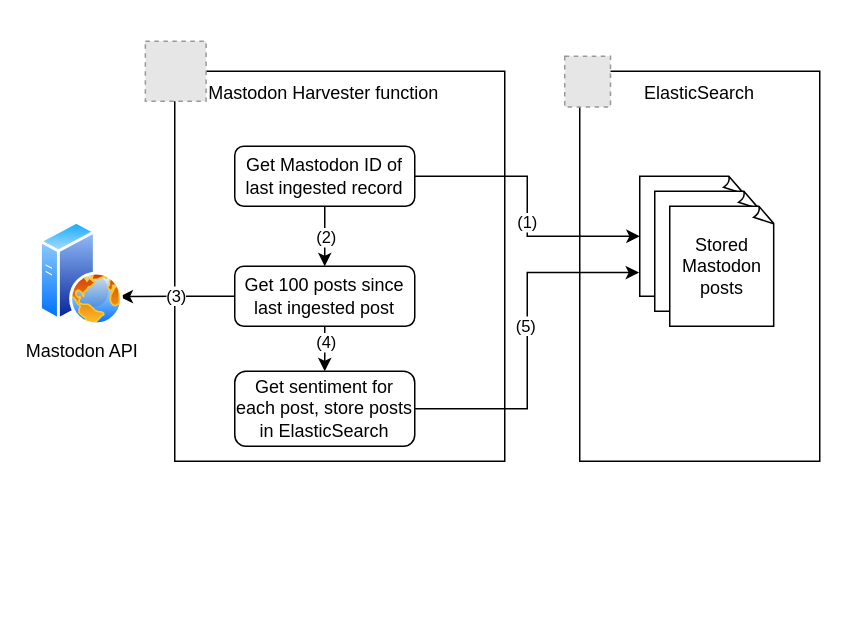
Earlier version of the draw.io diagram docs/MastodonHarvester.drawio (Rafsan7238/Analysing-Air-Quality-and-Lung-Disorder-in-Australia). Source tidied: cells renumbered, new cells numbered last; positions are measured from the earlier drawing's top-left corner, leaving out a move shared by most shapes. Both pictures are drawn from the tidied source at 150%, with x=0, y=0 at pixel (39, 26). Pictures stored in the file or linked from it are replaced by grey dashed boxes.
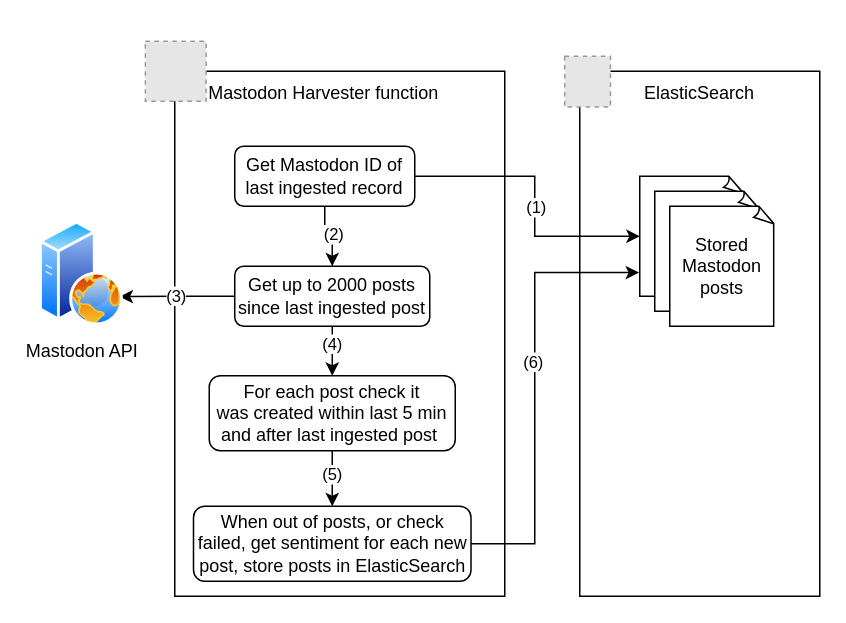
Above is the later version.

Unchanged cells that the change refers to:
```xml
<mxCell id="12" value="Get Mastodon ID of last ingested record" style="rounded=1;whiteSpace=wrap;html=1;" parent="1" vertex="1">
  <mxGeometry x="130" y="80" width="120" height="40" as="geometry" />
</mxCell>
<mxCell id="16" style="whiteSpace=wrap;html=1;shape=mxgraph.basic.document;" parent="15" vertex="1">
  <mxGeometry width="70" height="80" as="geometry" />
</mxCell>
```

The edit, as a diff of the source:
```diff
@@
     <mxCell id="2" style="rounded=0;whiteSpace=wrap;html=1;" parent="1" vertex="1">
-      <mxGeometry x="360" y="30" width="160" height="260" as="geometry" />
+      <mxGeometry x="360" y="30" width="160" height="350" as="geometry" />
     </mxCell>
     <mxCell id="3" style="rounded=0;whiteSpace=wrap;html=1;" parent="1" vertex="1">
-      <mxGeometry x="90" y="30" width="220" height="260" as="geometry" />
+      <mxGeometry x="90" y="30" width="220" height="350" as="geometry" />
     </mxCell>
@@
     <mxCell id="8" style="edgeStyle=orthogonalEdgeStyle;rounded=0;jettySize=auto;html=1;" parent="1" edge="1" source="12" target="16">
-      <mxGeometry relative="1" as="geometry" />
+      <mxGeometry relative="1" as="geometry">
+        <Array as="points">
+          <mxPoint x="330" y="100" />
+          <mxPoint x="330" y="140" />
+        </Array>
+      </mxGeometry>
     </mxCell>
     <mxCell id="9" value="(1)" style="edgeLabel;html=1;align=center;verticalAlign=middle;" parent="8" vertex="1">
       <mxGeometry x="-0.32" y="-1" relative="1" as="geometry">
-        <mxPoint x="9" y="29" as="offset" />
+        <mxPoint x="15" y="19" as="offset" />
       </mxGeometry>
     </mxCell>
@@
     <mxCell id="20" style="edgeStyle=orthogonalEdgeStyle;rounded=0;jettySize=auto;html=1;entryX=-0.006;entryY=0.803;entryDx=0;entryDy=0;entryPerimeter=0;exitX=1;exitY=0.5;exitDx=0;exitDy=0;" parent="1" edge="1" source="25" target="16">
-      <mxGeometry relative="1" as="geometry" />
+      <mxGeometry relative="1" as="geometry">
+        <Array as="points">
+          <mxPoint x="330" y="345" />
+          <mxPoint x="330" y="164" />
+        </Array>
+      </mxGeometry>
     </mxCell>
-    <mxCell id="21" value="(5)" style="edgeLabel;html=1;align=center;verticalAlign=middle;" parent="20" vertex="1">
+    <mxCell id="21" value="(6)" style="edgeLabel;html=1;align=center;verticalAlign=middle;" parent="20" vertex="1">
       <mxGeometry x="0.25" y="-1" relative="1" as="geometry">
         <mxPoint x="-3" y="19" as="offset" />
       </mxGeometry>
     </mxCell>
-    <mxCell id="22" style="edgeStyle=orthogonalEdgeStyle;rounded=0;jettySize=auto;html=1;entryX=0.5;entryY=0;entryDx=0;entryDy=0;" parent="1" edge="1" source="24" target="25">
-      <mxGeometry relative="1" as="geometry" />
-    </mxCell>
-    <mxCell id="23" value="(4)" style="edgeLabel;html=1;align=center;verticalAlign=middle;" parent="22" vertex="1">
-      <mxGeometry x="-0.19" relative="1" as="geometry">
-        <mxPoint y="-10" as="offset" />
-      </mxGeometry>
+    <mxCell id="23" value="(4)" style="edgeStyle=orthogonalEdgeStyle;rounded=0;jettySize=auto;html=1;" parent="1" edge="1" source="24" target="27">
+      <mxGeometry x="-0.5" relative="1" as="geometry" />
     </mxCell>
-    <mxCell id="24" value="Get 100 posts since last ingested post" style="rounded=1;whiteSpace=wrap;html=1;" parent="1" vertex="1">
-      <mxGeometry x="130" y="160" width="120" height="40" as="geometry" />
+    <mxCell id="24" value="Get up to 2000 posts since last ingested post" style="rounded=1;whiteSpace=wrap;html=1;" parent="1" vertex="1">
+      <mxGeometry x="130" y="160" width="130" height="40" as="geometry" />
     </mxCell>
-    <mxCell id="25" value="Get sentiment for each post, store posts in ElasticSearch" style="rounded=1;whiteSpace=wrap;html=1;" parent="1" vertex="1">
-      <mxGeometry x="130" y="230" width="120" height="50" as="geometry" />
+    <mxCell id="25" value="When out of posts, or check failed, get sentiment for each new post, store posts in ElasticSearch" style="rounded=1;whiteSpace=wrap;html=1;" parent="1" vertex="1">
+      <mxGeometry x="102.5" y="320" width="185" height="50" as="geometry" />
     </mxCell>
+    <mxCell id="26" value="(5)" style="edgeStyle=orthogonalEdgeStyle;rounded=0;jettySize=auto;html=1;" parent="1" edge="1" source="27" target="25">
+      <mxGeometry x="-0.27" relative="1" as="geometry" />
+    </mxCell>
+    <mxCell id="27" value="For each post check it was&amp;nbsp;&lt;span style=&quot;border-color: var(--border-color);&quot;&gt;created within last 5 min and after last ingested post&amp;nbsp;&lt;/span&gt;" style="rounded=1;whiteSpace=wrap;html=1;" parent="1" vertex="1">
+      <mxGeometry x="113" y="233" width="164" height="50" as="geometry" />
+    </mxCell>
```
